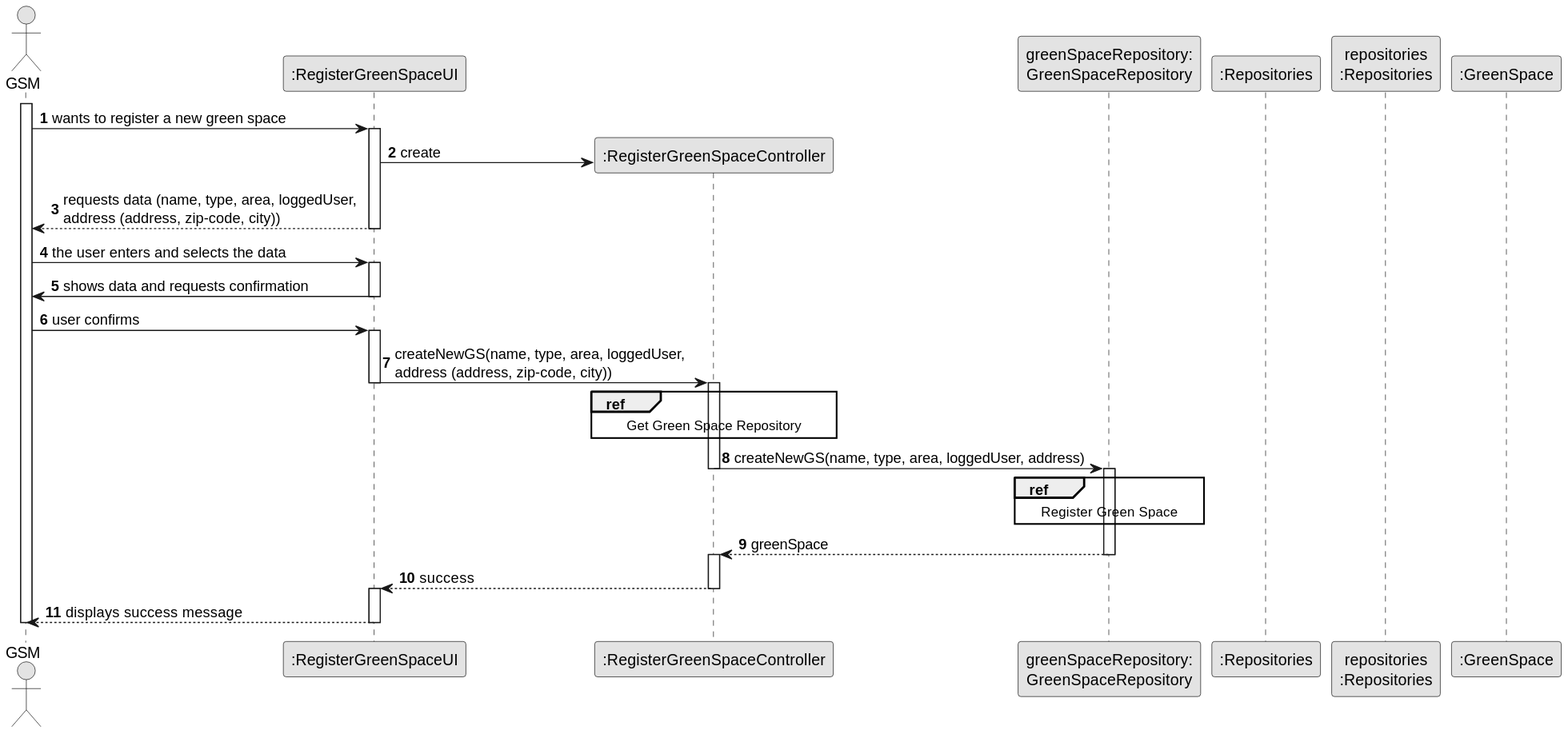
ricardomm7/leaflink keeps this PlantUML diagram as docs/sprintC/us020/03.design/svg/us020-sequence-diagram-split.svg. Above is the earlier version.
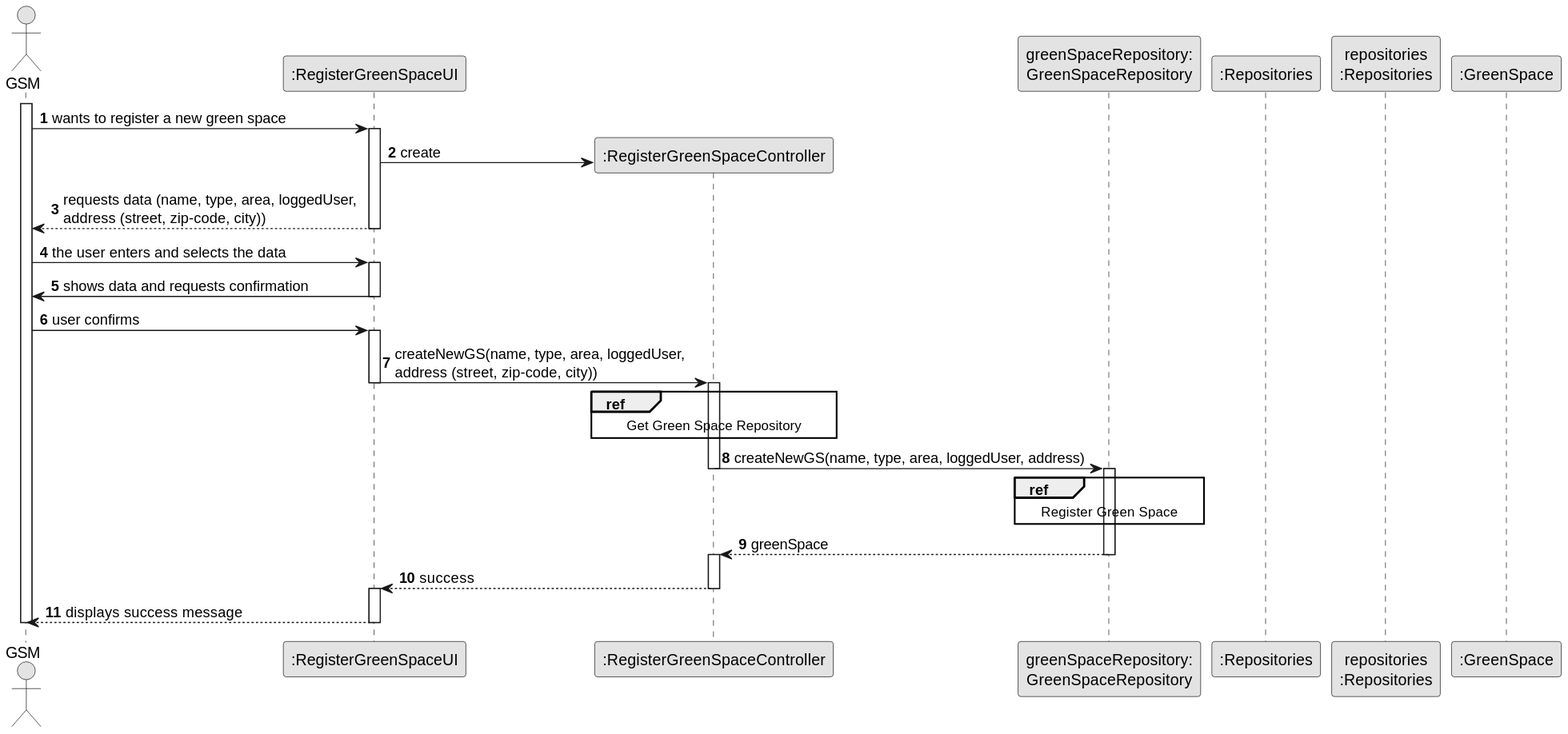
The same file after the commit.

The edit, as a diff of the source:
```diff
@@ -21,7 +21,7 @@
 
         UI -> CTRL** : create
 
-        UI --> GSM : requests data (name, type, area, loggedUser, \naddress (address, zip-code, city))
+        UI --> GSM : requests data (name, type, area, loggedUser, \naddress (street, zip-code, city))
         deactivate UI
 GSM -> UI : the user enters and selects the data
 activate UI
@@ -29,7 +29,7 @@
 deactivate UI
 GSM -> UI: user confirms
 activate UI
-UI -> CTRL : createNewGS(name, type, area, loggedUser, \naddress (address, zip-code, city))
+UI -> CTRL : createNewGS(name, type, area, loggedUser, \naddress (street, zip-code, city))
 deactivate UI
 activate CTRL
 ref over CTRL
```
